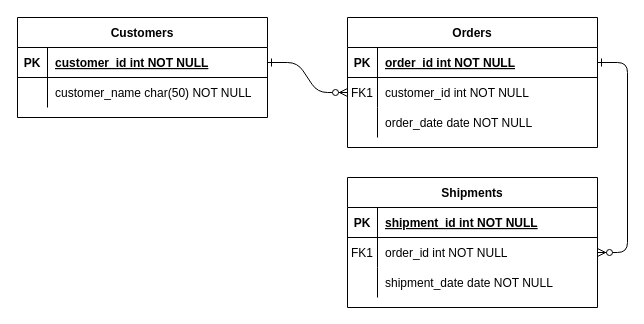
Above: Untitled Diagram.drawio in dayatnurr/diagram (draw.io), before the change. Source tidied: cells renumbered, new cells numbered last; positions are measured from the earlier drawing's top-left corner, leaving out a move shared by most shapes. Both pictures are drawn from the tidied source at 100%, with x=0, y=0 at pixel (17, 17).
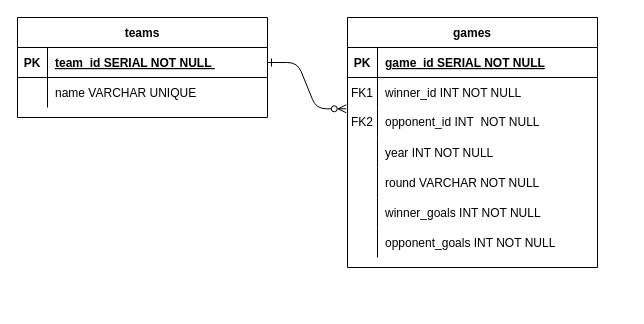
The same page after the edit.

The change refers to these unchanged cells:
```xml
<mxCell id="5" style="shape=partialRectangle;fillColor=none;points=[[0,0.5],[1,0.5]];portConstraint=eastwest;top=0;left=0;right=0;bottom=1;" parent="4" vertex="1">
  <mxGeometry y="30" width="250" height="30" as="geometry" />
</mxCell>
<mxCell id="8" style="shape=partialRectangle;fillColor=none;points=[[0,0.5],[1,0.5]];portConstraint=eastwest;top=0;left=0;right=0;bottom=0;" parent="4" vertex="1">
  <mxGeometry y="60" width="250" height="30" as="geometry" />
</mxCell>
<mxCell id="25" style="shape=partialRectangle;fillColor=none;points=[[0,0.5],[1,0.5]];portConstraint=eastwest;top=0;left=0;right=0;bottom=1;" parent="24" vertex="1">
  <mxGeometry y="30" width="250" height="30" as="geometry" />
</mxCell>
<mxCell id="28" style="shape=partialRectangle;fillColor=none;top=0;left=0;right=0;bottom=0;" parent="24" vertex="1">
  <mxGeometry y="60" width="250" height="30" as="geometry" />
</mxCell>
```

Change to the diagram source:
```diff
@@
-<mxGraphModel>
+<mxGraphModel background="#ffffff">
@@
-    <mxCell id="2" style="edgeStyle=entityRelationEdgeStyle;endArrow=ERzeroToMany;startArrow=ERone;endFill=1;startFill=0;" parent="1" edge="1" source="25" target="8">
+    <mxCell id="2" style="edgeStyle=entityRelationEdgeStyle;endArrow=ERzeroToMany;startArrow=ERone;endFill=1;startFill=0;entryX=-0.005;entryY=1.043;entryDx=0;entryDy=0;entryPerimeter=0;" parent="1" edge="1" source="25" target="8">
       <mxGeometry relative="1" as="geometry" />
     </mxCell>
-    <mxCell id="3" style="edgeStyle=entityRelationEdgeStyle;endArrow=ERzeroToMany;startArrow=ERone;endFill=1;startFill=0;" parent="1" edge="1" source="5" target="18">
-      <mxGeometry relative="1" as="geometry" />
-    </mxCell>
-    <mxCell id="4" value="Orders" style="shape=table;startSize=30;childLayout=tableLayout;rowLines=0;fontStyle=1;align=center;" parent="1" vertex="1">
-      <mxGeometry x="330" width="250" height="130" as="geometry" />
+    <mxCell id="4" value="games" style="shape=table;startSize=30;childLayout=tableLayout;rowLines=0;fontStyle=1;align=center;" parent="1" vertex="1">
+      <mxGeometry x="330" width="250" height="250" as="geometry" />
     </mxCell>
@@
-    <mxCell id="7" value="order_id int NOT NULL " style="shape=partialRectangle;overflow=hidden;fillColor=none;top=0;left=0;bottom=0;right=0;align=left;spacingLeft=6;fontStyle=5;" parent="5" vertex="1">
+    <mxCell id="7" value="game_id SERIAL NOT NULL " style="shape=partialRectangle;overflow=hidden;fillColor=none;top=0;left=0;bottom=0;right=0;align=left;spacingLeft=6;fontStyle=5;" parent="5" vertex="1">
       <mxGeometry x="30" width="220" height="30" as="geometry" />
     </mxCell>
@@
-    <mxCell id="10" value="customer_id int NOT NULL" style="shape=partialRectangle;overflow=hidden;fillColor=none;top=0;left=0;bottom=0;right=0;align=left;spacingLeft=6;" parent="8" vertex="1">
+    <mxCell id="10" value="winner_id INT NOT NULL" style="shape=partialRectangle;overflow=hidden;fillColor=none;top=0;left=0;bottom=0;right=0;align=left;spacingLeft=6;" parent="8" vertex="1">
       <mxGeometry x="30" width="220" height="30" as="geometry" />
     </mxCell>
+    <mxCell id="31" style="shape=tableRow;horizontal=0;startSize=0;swimlaneHead=0;swimlaneBody=0;fillColor=none;top=0;left=0;right=0;bottom=0;" parent="4" vertex="1">
+      <mxGeometry y="90" width="250" height="30" as="geometry" />
+    </mxCell>
+    <mxCell id="32" value="FK2" style="shape=partialRectangle;fillColor=none;top=0;left=0;bottom=0;right=0;fontStyle=0;overflow=hidden;whiteSpace=wrap;html=1;" parent="31" vertex="1">
+      <mxGeometry width="30" height="30" as="geometry" />
+    </mxCell>
+    <mxCell id="33" value="opponent_id INT&amp;nbsp;&lt;span style=&quot;text-wrap-mode: nowrap;&quot;&gt;&amp;nbsp;NOT NULL&lt;/span&gt;" style="shape=partialRectangle;fillColor=none;top=0;left=0;bottom=0;right=0;align=left;spacingLeft=6;fontStyle=0;overflow=hidden;whiteSpace=wrap;html=1;" parent="31" vertex="1">
+      <mxGeometry x="30" width="220" height="30" as="geometry" />
+    </mxCell>
     <mxCell id="11" style="shape=partialRectangle;fillColor=none;top=0;left=0;right=0;bottom=0;" parent="4" vertex="1">
-      <mxGeometry y="90" width="250" height="30" as="geometry" />
+      <mxGeometry y="120" width="250" height="30" as="geometry" />
     </mxCell>
@@
-    <mxCell id="13" value="order_date date NOT NULL" style="shape=partialRectangle;overflow=hidden;fillColor=none;top=0;left=0;bottom=0;right=0;align=left;spacingLeft=6;" parent="11" vertex="1">
+    <mxCell id="13" value="year INT NOT NULL" style="shape=partialRectangle;overflow=hidden;fillColor=none;top=0;left=0;bottom=0;right=0;align=left;spacingLeft=6;" parent="11" vertex="1">
       <mxGeometry x="30" width="220" height="30" as="geometry" />
     </mxCell>
-    <mxCell id="14" value="Shipments" style="shape=table;startSize=30;childLayout=tableLayout;rowLines=0;fontStyle=1;align=center;" parent="1" vertex="1">
-      <mxGeometry x="330" y="160" width="250" height="130" as="geometry" />
-    </mxCell>
-    <mxCell id="15" style="shape=partialRectangle;fillColor=none;top=0;left=0;right=0;bottom=1;" parent="14" vertex="1">
-      <mxGeometry y="30" width="250" height="30" as="geometry" />
-    </mxCell>
-    <mxCell id="16" value="PK" style="shape=partialRectangle;overflow=hidden;fillColor=none;top=0;left=0;bottom=0;right=0;fontStyle=1;" parent="15" vertex="1">
-      <mxGeometry width="30" height="30" as="geometry" />
-    </mxCell>
-    <mxCell id="17" value="shipment_id int NOT NULL " style="shape=partialRectangle;overflow=hidden;fillColor=none;top=0;left=0;bottom=0;right=0;align=left;spacingLeft=6;fontStyle=5;" parent="15" vertex="1">
-      <mxGeometry x="30" width="220" height="30" as="geometry" />
-    </mxCell>
-    <mxCell id="18" style="shape=partialRectangle;fillColor=none;points=[[0,0.5],[1,0.5]];portConstraint=eastwest;top=0;left=0;right=0;bottom=0;" parent="14" vertex="1">
-      <mxGeometry y="60" width="250" height="30" as="geometry" />
-    </mxCell>
-    <mxCell id="19" value="FK1" style="shape=partialRectangle;overflow=hidden;fillColor=none;top=0;left=0;bottom=0;right=0;" parent="18" vertex="1">
-      <mxGeometry width="30" height="30" as="geometry" />
-    </mxCell>
-    <mxCell id="20" value="order_id int NOT NULL" style="shape=partialRectangle;overflow=hidden;fillColor=none;top=0;left=0;bottom=0;right=0;align=left;spacingLeft=6;" parent="18" vertex="1">
-      <mxGeometry x="30" width="220" height="30" as="geometry" />
-    </mxCell>
-    <mxCell id="21" style="shape=partialRectangle;fillColor=none;top=0;left=0;right=0;bottom=0;" parent="14" vertex="1">
-      <mxGeometry y="90" width="250" height="30" as="geometry" />
-    </mxCell>
-    <mxCell id="22" style="shape=partialRectangle;overflow=hidden;fillColor=none;top=0;left=0;bottom=0;right=0;" parent="21" vertex="1">
-      <mxGeometry width="30" height="30" as="geometry" />
-    </mxCell>
-    <mxCell id="23" value="shipment_date date NOT NULL" style="shape=partialRectangle;overflow=hidden;fillColor=none;top=0;left=0;bottom=0;right=0;align=left;spacingLeft=6;" parent="21" vertex="1">
-      <mxGeometry x="30" width="220" height="30" as="geometry" />
-    </mxCell>
+    <mxCell id="34" style="shape=tableRow;horizontal=0;startSize=0;swimlaneHead=0;swimlaneBody=0;fillColor=none;top=0;left=0;right=0;bottom=0;" parent="4" vertex="1">
+      <mxGeometry y="150" width="250" height="30" as="geometry" />
+    </mxCell>
+    <mxCell id="35" style="shape=partialRectangle;fillColor=none;top=0;left=0;bottom=0;right=0;overflow=hidden;" parent="34" vertex="1">
+      <mxGeometry width="30" height="30" as="geometry" />
+    </mxCell>
+    <mxCell id="36" value="round VARCHAR NOT NULL" style="shape=partialRectangle;fillColor=none;top=0;left=0;bottom=0;right=0;align=left;spacingLeft=6;overflow=hidden;" parent="34" vertex="1">
+      <mxGeometry x="30" width="220" height="30" as="geometry" />
+    </mxCell>
+    <mxCell id="37" style="shape=tableRow;horizontal=0;startSize=0;swimlaneHead=0;swimlaneBody=0;fillColor=none;top=0;left=0;right=0;bottom=0;" parent="4" vertex="1">
+      <mxGeometry y="180" width="250" height="30" as="geometry" />
+    </mxCell>
+    <mxCell id="38" style="shape=partialRectangle;fillColor=none;top=0;left=0;bottom=0;right=0;overflow=hidden;" parent="37" vertex="1">
+      <mxGeometry width="30" height="30" as="geometry" />
+    </mxCell>
+    <mxCell id="39" value="winner_goals INT NOT NULL" style="shape=partialRectangle;fillColor=none;top=0;left=0;bottom=0;right=0;align=left;spacingLeft=6;overflow=hidden;" parent="37" vertex="1">
+      <mxGeometry x="30" width="220" height="30" as="geometry" />
+    </mxCell>
+    <mxCell id="40" style="shape=tableRow;horizontal=0;startSize=0;swimlaneHead=0;swimlaneBody=0;fillColor=none;top=0;left=0;right=0;bottom=0;" parent="4" vertex="1">
+      <mxGeometry y="210" width="250" height="30" as="geometry" />
+    </mxCell>
+    <mxCell id="41" style="shape=partialRectangle;fillColor=none;top=0;left=0;bottom=0;right=0;overflow=hidden;" parent="40" vertex="1">
+      <mxGeometry width="30" height="30" as="geometry" />
+    </mxCell>
+    <mxCell id="42" value="opponent_goals INT NOT NULL" style="shape=partialRectangle;fillColor=none;top=0;left=0;bottom=0;right=0;align=left;spacingLeft=6;overflow=hidden;" parent="40" vertex="1">
+      <mxGeometry x="30" width="220" height="30" as="geometry" />
+    </mxCell>
-    <mxCell id="24" value="Customers" style="shape=table;startSize=30;childLayout=tableLayout;rowLines=0;fontStyle=1;align=center;" parent="1" vertex="1">
+    <mxCell id="24" value="teams" style="shape=table;startSize=30;childLayout=tableLayout;rowLines=0;fontStyle=1;align=center;" parent="1" vertex="1">
       <mxGeometry width="250" height="100" as="geometry" />
     </mxCell>
@@
-    <mxCell id="27" value="customer_id int NOT NULL " style="shape=partialRectangle;overflow=hidden;fillColor=none;top=0;left=0;bottom=0;right=0;align=left;spacingLeft=6;fontStyle=5;" parent="25" vertex="1">
+    <mxCell id="27" value="team_id SERIAL NOT NULL " style="shape=partialRectangle;overflow=hidden;fillColor=none;top=0;left=0;bottom=0;right=0;align=left;spacingLeft=6;fontStyle=5;" parent="25" vertex="1">
       <mxGeometry x="30" width="220" height="30" as="geometry" />
     </mxCell>
@@
-    <mxCell id="30" value="customer_name char(50) NOT NULL" style="shape=partialRectangle;overflow=hidden;fillColor=none;top=0;left=0;bottom=0;right=0;align=left;spacingLeft=6;" parent="28" vertex="1">
+    <mxCell id="30" value="name VARCHAR UNIQUE" style="shape=partialRectangle;overflow=hidden;fillColor=none;top=0;left=0;bottom=0;right=0;align=left;spacingLeft=6;" parent="28" vertex="1">
       <mxGeometry x="30" width="220" height="30" as="geometry" />
     </mxCell>
```
